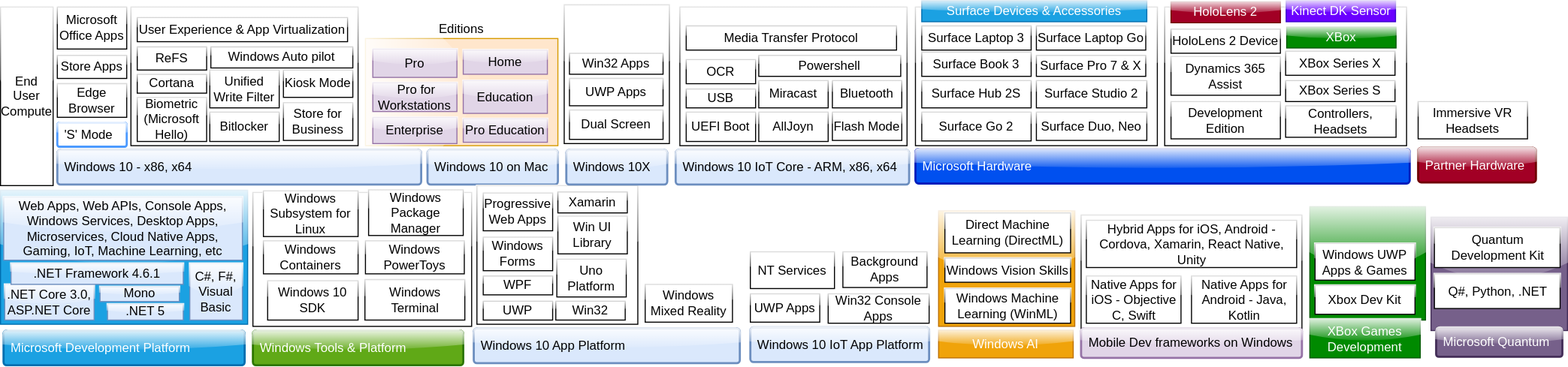
Above: MicrosoftOfferings.svg in ssrikantan/Microsoft-Product-Offerings (draw.io), before the change. Source tidied: cells renumbered, new cells last; positions are measured from the earlier drawing's top-left corner, leaving out a move shared by most shapes.
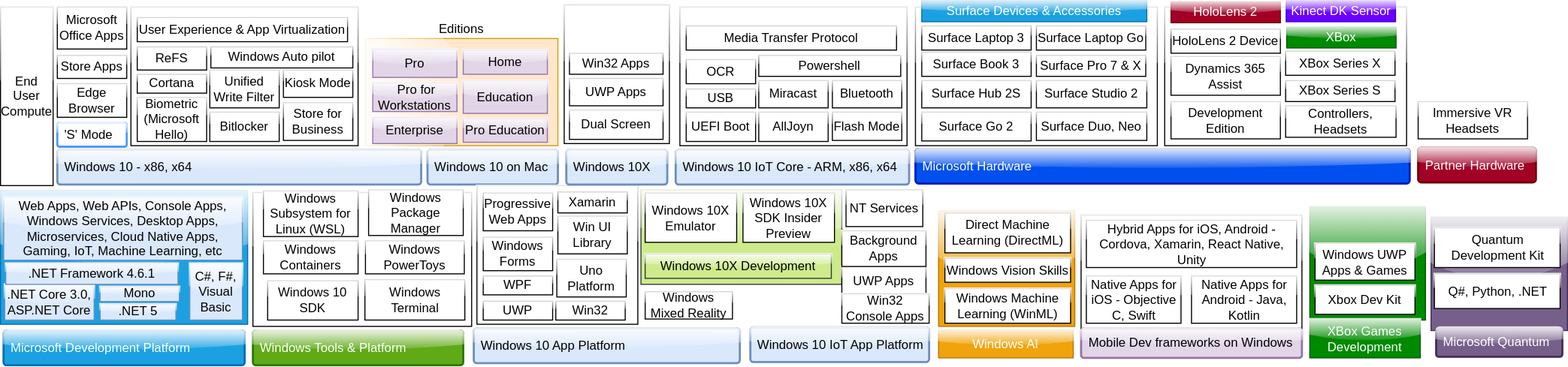
After the commit.

Change to the diagram source:
```diff
@@ -2,6 +2,9 @@
   <root>
     <mxCell id="0" />
     <mxCell id="1" parent="0" />
+    <mxCell id="115" style="rounded=0;whiteSpace=wrap;html=1;glass=1;fillColor=#cdeb8b;strokeColor=#36393d;" parent="1" vertex="1">
+      <mxGeometry x="609" y="180" width="191" height="90" as="geometry" />
+    </mxCell>
     <mxCell id="2" style="rounded=0;whiteSpace=wrap;html=1;glass=1;fillColor=#76608a;strokeColor=#432D57;fontColor=#ffffff;" parent="1" vertex="1">
       <mxGeometry x="1360.2" y="206" width="129.8" height="108" as="geometry" />
     </mxCell>
@@ -213,7 +216,7 @@
       <mxGeometry x="530" y="182" width="66" height="20" as="geometry" />
     </mxCell>
     <mxCell id="72" value="Windows Mixed Reality" style="rounded=0;whiteSpace=wrap;html=1;glass=1;" parent="1" vertex="1">
-      <mxGeometry x="613" y="270" width="83" height="36" as="geometry" />
+      <mxGeometry x="613" y="277" width="83" height="26" as="geometry" />
     </mxCell>
     <mxCell id="73" value="Partner Hardware" style="rounded=1;arcSize=9;align=left;spacingLeft=5;strokeColor=#6F0000;html=1;strokeWidth=2;fontSize=12;glass=1;fillColor=#a20025;fontColor=#ffffff;" parent="1" vertex="1">
       <mxGeometry x="1348" y="140" width="112" height="33" as="geometry" />
@@ -233,7 +236,7 @@
     <mxCell id="78" value="Windows Machine Learning (WinML)" style="rounded=0;whiteSpace=wrap;html=1;glass=1;" parent="1" vertex="1">
       <mxGeometry x="898" y="274" width="119.5" height="33" as="geometry" />
     </mxCell>
-    <mxCell id="79" value="Windows Subsystem for Linux" style="rounded=0;whiteSpace=wrap;html=1;glass=1;" parent="1" vertex="1">
+    <mxCell id="79" value="Windows Subsystem for Linux (WSL)" style="rounded=0;whiteSpace=wrap;html=1;glass=1;" parent="1" vertex="1">
       <mxGeometry x="250" y="181" width="90" height="43.5" as="geometry" />
     </mxCell>
     <mxCell id="80" value="Windows Vision Skills" style="rounded=0;whiteSpace=wrap;html=1;glass=1;" parent="1" vertex="1">
@@ -297,16 +300,16 @@
       <mxGeometry x="713" y="311" width="170" height="33" as="geometry" />
     </mxCell>
     <mxCell id="100" value="UWP Apps" style="rounded=0;whiteSpace=wrap;html=1;glass=1;" parent="1" vertex="1">
-      <mxGeometry x="713" y="279" width="66" height="27" as="geometry" />
+      <mxGeometry x="800" y="253" width="80" height="27" as="geometry" />
     </mxCell>
     <mxCell id="101" value="Background Apps" style="rounded=0;whiteSpace=wrap;html=1;glass=1;" parent="1" vertex="1">
-      <mxGeometry x="801" y="239" width="80" height="34" as="geometry" />
+      <mxGeometry x="800" y="219" width="80" height="34" as="geometry" />
     </mxCell>
     <mxCell id="102" value="Win32 Console Apps" style="rounded=0;whiteSpace=wrap;html=1;glass=1;" parent="1" vertex="1">
-      <mxGeometry x="787" y="279" width="96" height="28" as="geometry" />
+      <mxGeometry x="800" y="279" width="83" height="28" as="geometry" />
     </mxCell>
     <mxCell id="103" value="NT Services" style="rounded=0;whiteSpace=wrap;html=1;glass=1;" parent="1" vertex="1">
-      <mxGeometry x="713" y="239" width="80" height="35" as="geometry" />
+      <mxGeometry x="804" y="180" width="73" height="35" as="geometry" />
     </mxCell>
     <mxCell id="104" value="Q#, Python, .NET" style="rounded=0;whiteSpace=wrap;html=1;glass=1;" parent="1" vertex="1">
       <mxGeometry x="1363.5" y="260" width="119.5" height="33" as="geometry" />
@@ -324,13 +327,13 @@
       <mxGeometry x="4" y="270" width="85" height="34" as="geometry" />
     </mxCell>
     <mxCell id="109" value=".NET Framework 4.6.1" style="rounded=0;whiteSpace=wrap;html=1;glass=1;fillColor=#dae8fc;strokeColor=#6c8ebf;" parent="1" vertex="1">
-      <mxGeometry x="10" y="250" width="163.8" height="20" as="geometry" />
+      <mxGeometry x="5" y="250" width="163.8" height="20" as="geometry" />
     </mxCell>
     <mxCell id="110" value="Mono" style="rounded=0;whiteSpace=wrap;html=1;glass=1;fillColor=#dae8fc;strokeColor=#6c8ebf;" parent="1" vertex="1">
       <mxGeometry x="94.6" y="272.2" width="75.4" height="14.1" as="geometry" />
     </mxCell>
     <mxCell id="111" value=".NET 5" style="rounded=0;whiteSpace=wrap;html=1;glass=1;fillColor=#dae8fc;strokeColor=#6c8ebf;" parent="1" vertex="1">
-      <mxGeometry x="101.8" y="288.8" width="72" height="15.2" as="geometry" />
+      <mxGeometry x="94.8" y="288.8" width="72" height="15.2" as="geometry" />
     </mxCell>
     <mxCell id="112" value="Web Apps, Web APIs, Console Apps, Windows Services, Desktop Apps, Microservices, Cloud Native Apps, Gaming, IoT, Machine Learning, etc" style="rounded=0;whiteSpace=wrap;html=1;glass=1;fillColor=#dae8fc;strokeColor=#6c8ebf;" parent="1" vertex="1">
       <mxGeometry x="3" y="187" width="227" height="60" as="geometry" />
@@ -341,5 +344,14 @@
     <mxCell id="114" value="Microsoft Development Platform" style="rounded=1;arcSize=9;align=left;spacingLeft=5;strokeColor=#006EAF;html=1;strokeWidth=2;fontSize=12;glass=1;fillColor=#1ba1e2;fontColor=#ffffff;" parent="1" vertex="1">
       <mxGeometry x="2.9" y="314" width="229.2" height="33" as="geometry" />
     </mxCell>
+    <mxCell id="116" value="Windows 10X Development" style="rounded=0;whiteSpace=wrap;html=1;glass=1;fillColor=#cdeb8b;strokeColor=#36393d;" parent="1" vertex="1">
+      <mxGeometry x="613" y="241" width="177" height="23.2" as="geometry" />
+    </mxCell>
+    <mxCell id="117" value="Windows 10X Emulator" style="rounded=0;whiteSpace=wrap;html=1;glass=1;" parent="1" vertex="1">
+      <mxGeometry x="613" y="183" width="87" height="47" as="geometry" />
+    </mxCell>
+    <mxCell id="118" value="Windows 10X SDK Insider Preview" style="rounded=0;whiteSpace=wrap;html=1;glass=1;" parent="1" vertex="1">
+      <mxGeometry x="706" y="183" width="87" height="47" as="geometry" />
+    </mxCell>
   </root>
 </mxGraphModel>
```
